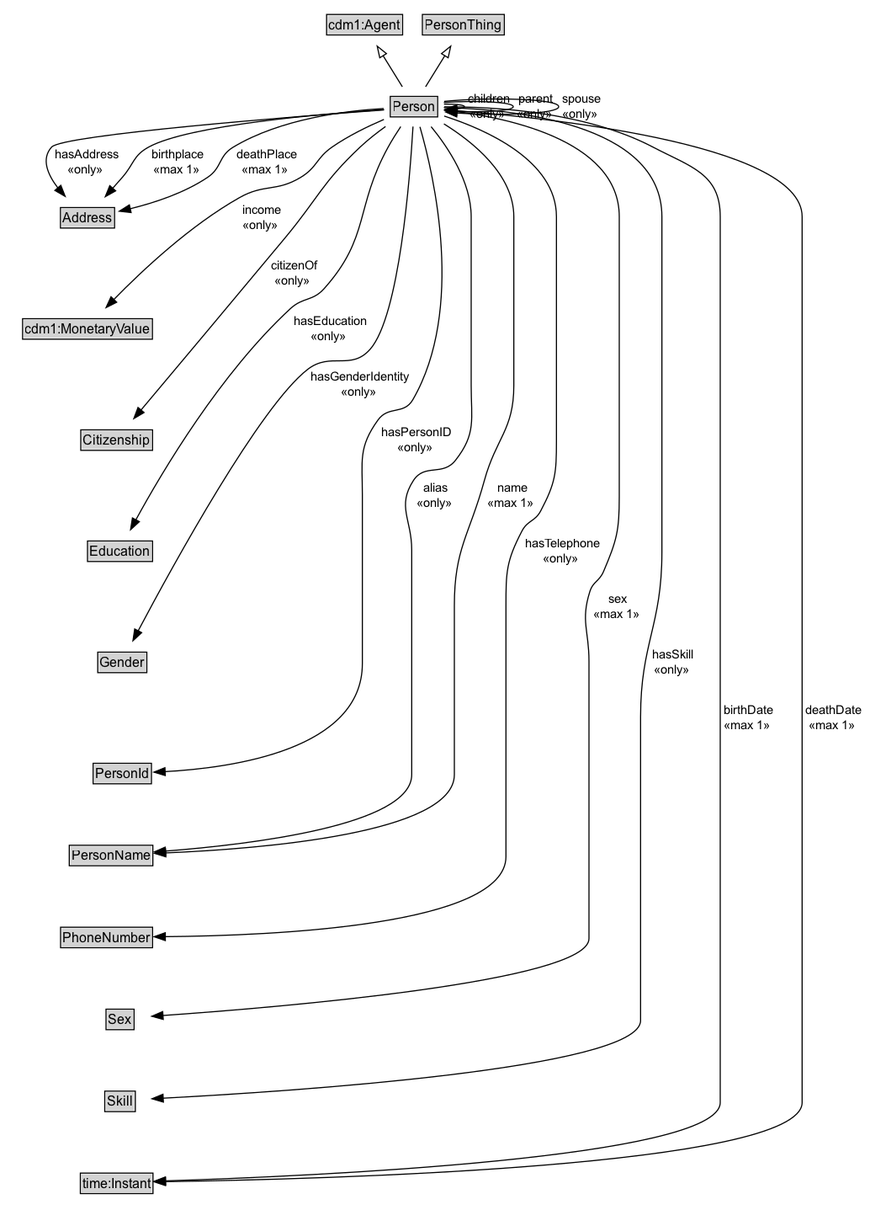
Earlier version of the Graphviz export docs/diagrams/Person.dot.png (ISO-TC204/ontology-cdm-p2-v1). Its source is kept beside it as docs/diagrams/Person.dot. Its diagram source:
```dot
digraph {
	graph [overlap=false rankdir=TB splines=true]
	node [fontname=Arial fontsize=12 margin=0 shape=none]
	edge [fontname=Arial fontsize=11]
	{
		rank=max
		Person [label=<<TABLE BORDER="1" CELLBORDER="0" CELLSPACING="0" CELLPADDING="1"><TR><TD BGCOLOR="lightgray" ALIGN="CENTER" PORT="e">Person</TD></TR><HR/><TR><TD ALIGN="LEFT">«only» hasEmail: EmailAddress</TD></TR></TABLE>> URL="../Person.md" margin=0]
	}
	subgraph cluster_associated {
		label="" style=invis
		Invis [label=<<TABLE BORDER="0" CELLBORDER="0" CELLSPACING="0" CELLPADDING="1"><TR><TD></TD></TR></TABLE>> margin=0 style=invis]
		Address [label=<<TABLE BORDER="1" CELLBORDER="0" CELLSPACING="0" CELLPADDING="1"><TR><TD BGCOLOR="lightgray" ALIGN="CENTER">Address</TD></TR></TABLE>> URL="../Address.md" margin=0]
		cdm1_MonetaryValue [label=<<TABLE BORDER="1" CELLBORDER="0" CELLSPACING="0" CELLPADDING="1"><TR><TD BGCOLOR="lightgray" ALIGN="CENTER">cdm1:MonetaryValue</TD></TR></TABLE>> margin=0]
		Citizenship [label=<<TABLE BORDER="1" CELLBORDER="0" CELLSPACING="0" CELLPADDING="1"><TR><TD BGCOLOR="lightgray" ALIGN="CENTER">Citizenship</TD></TR></TABLE>> URL="../Citizenship.md" margin=0]
		Education [label=<<TABLE BORDER="1" CELLBORDER="0" CELLSPACING="0" CELLPADDING="1"><TR><TD BGCOLOR="lightgray" ALIGN="CENTER">Education</TD></TR></TABLE>> URL="../Education.md" margin=0]
		Gender [label=<<TABLE BORDER="1" CELLBORDER="0" CELLSPACING="0" CELLPADDING="1"><TR><TD BGCOLOR="lightgray" ALIGN="CENTER">Gender</TD></TR></TABLE>> URL="../Gender.md" margin=0]
		PersonId [label=<<TABLE BORDER="1" CELLBORDER="0" CELLSPACING="0" CELLPADDING="1"><TR><TD BGCOLOR="lightgray" ALIGN="CENTER">PersonId</TD></TR></TABLE>> URL="../PersonId.md" margin=0]
		PersonName [label=<<TABLE BORDER="1" CELLBORDER="0" CELLSPACING="0" CELLPADDING="1"><TR><TD BGCOLOR="lightgray" ALIGN="CENTER">PersonName</TD></TR></TABLE>> URL="../PersonName.md" margin=0]
		PhoneNumber [label=<<TABLE BORDER="1" CELLBORDER="0" CELLSPACING="0" CELLPADDING="1"><TR><TD BGCOLOR="lightgray" ALIGN="CENTER">PhoneNumber</TD></TR></TABLE>> URL="../PhoneNumber.md" margin=0]
		Sex [label=<<TABLE BORDER="1" CELLBORDER="0" CELLSPACING="0" CELLPADDING="1"><TR><TD BGCOLOR="lightgray" ALIGN="CENTER">Sex</TD></TR></TABLE>> URL="../Sex.md" margin=0]
		Skill [label=<<TABLE BORDER="1" CELLBORDER="0" CELLSPACING="0" CELLPADDING="1"><TR><TD BGCOLOR="lightgray" ALIGN="CENTER">Skill</TD></TR></TABLE>> URL="../Skill.md" margin=0]
		time_Instant [label=<<TABLE BORDER="1" CELLBORDER="0" CELLSPACING="0" CELLPADDING="1"><TR><TD BGCOLOR="lightgray" ALIGN="CENTER">time:Instant</TD></TR></TABLE>> margin=0]
	}
	cdm1_Agent [label=<<TABLE BORDER="1" CELLBORDER="0" CELLSPACING="0" CELLPADDING="1"><TR><TD BGCOLOR="lightgray" ALIGN="CENTER">cdm1:Agent</TD></TR></TABLE>> margin=0]
	Person -> cdm1_Agent [arrowhead=onormal style=solid]
	PersonThing [label=<<TABLE BORDER="1" CELLBORDER="0" CELLSPACING="0" CELLPADDING="1"><TR><TD BGCOLOR="lightgray" ALIGN="CENTER">PersonThing</TD></TR></TABLE>> URL="../PersonThing.md" margin=0]
	Person -> PersonThing [arrowhead=onormal style=solid]
	Person -> Invis [style=invis]
	Invis -> Address [style=invis]
	Address -> cdm1_MonetaryValue [style=invis]
	cdm1_MonetaryValue -> Citizenship [style=invis]
	Citizenship -> Education [style=invis]
	Education -> Gender [style=invis]
	Gender -> PersonId [style=invis]
	PersonId -> PersonName [style=invis]
	PersonName -> PhoneNumber [style=invis]
	PhoneNumber -> Sex [style=invis]
	Sex -> Skill [style=invis]
	Skill -> time_Instant [style=invis]
	Person -> Address [label=" hasAddress
 «only»  " arrowhead=normal style=solid]
	Person -> PhoneNumber [label=" hasTelephone
 «only»  " arrowhead=normal style=solid]
	Person -> PersonName [label=" alias
 «only»  " arrowhead=normal style=solid]
	Person [label=<<TABLE BORDER="1" CELLBORDER="0" CELLSPACING="0" CELLPADDING="1"><TR><TD BGCOLOR="lightgray" ALIGN="CENTER">Person</TD></TR></TABLE>> URL="../Person.md" margin=0]
	Person -> Person [label=" children
 «only»  " arrowhead=normal style=solid]
	Person -> Citizenship [label=" citizenOf
 «only»  " arrowhead=normal style=solid]
	Person -> Education [label=" hasEducation
 «only»  " arrowhead=normal style=solid]
	Person -> Gender [label=" hasGenderIdentity
 «only»  " arrowhead=normal style=solid]
	Person -> PersonId [label=" hasPersonID
 «only»  " arrowhead=normal style=solid]
	Person -> Skill [label=" hasSkill
 «only»  " arrowhead=normal style=solid]
	Person -> cdm1_MonetaryValue [label=" income
 «only»  " arrowhead=normal style=solid]
	Person -> Person [label=" parent
 «only»  " arrowhead=normal style=solid]
	Person -> Person [label=" spouse
 «only»  " arrowhead=normal style=solid]
	Person -> time_Instant [label=" birthDate
 «max 1»  " arrowhead=normal style=solid]
	Person -> Address [label=" birthplace
 «max 1»  " arrowhead=normal style=solid]
	Person -> time_Instant [label=" deathDate
 «max 1»  " arrowhead=normal style=solid]
	Person -> Address [label=" deathPlace
 «max 1»  " arrowhead=normal style=solid]
	Person -> PersonName [label=" name
 «max 1»  " arrowhead=normal style=solid]
	Person -> Sex [label=" sex
 «max 1»  " arrowhead=normal style=solid]
}
```
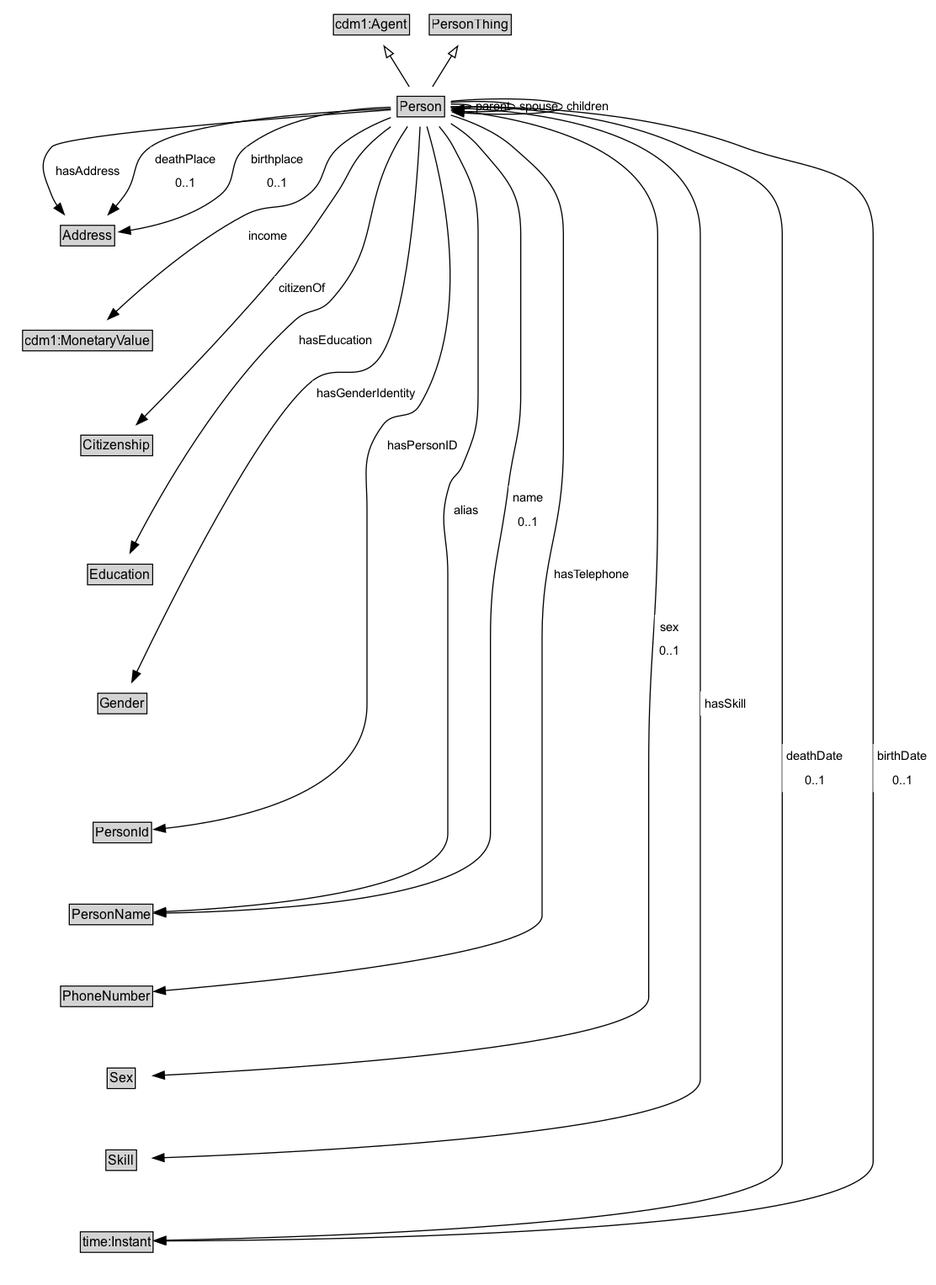
The same file after the commit.

Diff of the diagram source:
```diff
@@ -3,27 +3,30 @@
 	node [fontname=Arial fontsize=12 margin=0 shape=none]
 	edge [fontname=Arial fontsize=11]
 	{
+		rank=source
+		cdm1_Agent [label=<<TABLE BORDER="1" CELLBORDER="0" CELLSPACING="0" CELLPADDING="1"><TR><TD BGCOLOR="lightgray" ALIGN="CENTER">cdm1:Agent</TD></TR></TABLE>> URL="https://w3id.org/citydata/part1/v1/Agent" margin=0]
+		PersonThing [label=<<TABLE BORDER="1" CELLBORDER="0" CELLSPACING="0" CELLPADDING="1"><TR><TD BGCOLOR="lightgray" ALIGN="CENTER">PersonThing</TD></TR></TABLE>> URL="../PersonThing" margin=0]
+	}
+	Person [label=<<TABLE BORDER="1" CELLBORDER="0" CELLSPACING="0" CELLPADDING="1"><TR><TD BGCOLOR="lightgray" ALIGN="CENTER">Person</TD></TR><TR><TD ALIGN="LEFT">hasEmail : EmailAddress</TD></TR></TABLE>> URL="../Person" margin=0]
+	{
 		rank=max
-		Person [label=<<TABLE BORDER="1" CELLBORDER="0" CELLSPACING="0" CELLPADDING="1"><TR><TD BGCOLOR="lightgray" ALIGN="CENTER" PORT="e">Person</TD></TR><HR/><TR><TD ALIGN="LEFT">«only» hasEmail: EmailAddress</TD></TR></TABLE>> URL="../Person.md" margin=0]
 	}
 	subgraph cluster_associated {
 		label="" style=invis
 		Invis [label=<<TABLE BORDER="0" CELLBORDER="0" CELLSPACING="0" CELLPADDING="1"><TR><TD></TD></TR></TABLE>> margin=0 style=invis]
-		Address [label=<<TABLE BORDER="1" CELLBORDER="0" CELLSPACING="0" CELLPADDING="1"><TR><TD BGCOLOR="lightgray" ALIGN="CENTER">Address</TD></TR></TABLE>> URL="../Address.md" margin=0]
-		cdm1_MonetaryValue [label=<<TABLE BORDER="1" CELLBORDER="0" CELLSPACING="0" CELLPADDING="1"><TR><TD BGCOLOR="lightgray" ALIGN="CENTER">cdm1:MonetaryValue</TD></TR></TABLE>> margin=0]
-		Citizenship [label=<<TABLE BORDER="1" CELLBORDER="0" CELLSPACING="0" CELLPADDING="1"><TR><TD BGCOLOR="lightgray" ALIGN="CENTER">Citizenship</TD></TR></TABLE>> URL="../Citizenship.md" margin=0]
-		Education [label=<<TABLE BORDER="1" CELLBORDER="0" CELLSPACING="0" CELLPADDING="1"><TR><TD BGCOLOR="lightgray" ALIGN="CENTER">Education</TD></TR></TABLE>> URL="../Education.md" margin=0]
-		Gender [label=<<TABLE BORDER="1" CELLBORDER="0" CELLSPACING="0" CELLPADDING="1"><TR><TD BGCOLOR="lightgray" ALIGN="CENTER">Gender</TD></TR></TABLE>> URL="../Gender.md" margin=0]
-		PersonId [label=<<TABLE BORDER="1" CELLBORDER="0" CELLSPACING="0" CELLPADDING="1"><TR><TD BGCOLOR="lightgray" ALIGN="CENTER">PersonId</TD></TR></TABLE>> URL="../PersonId.md" margin=0]
-		PersonName [label=<<TABLE BORDER="1" CELLBORDER="0" CELLSPACING="0" CELLPADDING="1"><TR><TD BGCOLOR="lightgray" ALIGN="CENTER">PersonName</TD></TR></TABLE>> URL="../PersonName.md" margin=0]
-		PhoneNumber [label=<<TABLE BORDER="1" CELLBORDER="0" CELLSPACING="0" CELLPADDING="1"><TR><TD BGCOLOR="lightgray" ALIGN="CENTER">PhoneNumber</TD></TR></TABLE>> URL="../PhoneNumber.md" margin=0]
-		Sex [label=<<TABLE BORDER="1" CELLBORDER="0" CELLSPACING="0" CELLPADDING="1"><TR><TD BGCOLOR="lightgray" ALIGN="CENTER">Sex</TD></TR></TABLE>> URL="../Sex.md" margin=0]
-		Skill [label=<<TABLE BORDER="1" CELLBORDER="0" CELLSPACING="0" CELLPADDING="1"><TR><TD BGCOLOR="lightgray" ALIGN="CENTER">Skill</TD></TR></TABLE>> URL="../Skill.md" margin=0]
-		time_Instant [label=<<TABLE BORDER="1" CELLBORDER="0" CELLSPACING="0" CELLPADDING="1"><TR><TD BGCOLOR="lightgray" ALIGN="CENTER">time:Instant</TD></TR></TABLE>> margin=0]
+		Address [label=<<TABLE BORDER="1" CELLBORDER="0" CELLSPACING="0" CELLPADDING="1"><TR><TD BGCOLOR="lightgray" ALIGN="CENTER">Address</TD></TR></TABLE>> URL="../Address" margin=0]
+		cdm1_MonetaryValue [label=<<TABLE BORDER="1" CELLBORDER="0" CELLSPACING="0" CELLPADDING="1"><TR><TD BGCOLOR="lightgray" ALIGN="CENTER">cdm1:MonetaryValue</TD></TR></TABLE>> URL="https://w3id.org/citydata/part1/v1/MonetaryValue" margin=0]
+		Citizenship [label=<<TABLE BORDER="1" CELLBORDER="0" CELLSPACING="0" CELLPADDING="1"><TR><TD BGCOLOR="lightgray" ALIGN="CENTER">Citizenship</TD></TR></TABLE>> URL="../Citizenship" margin=0]
+		Education [label=<<TABLE BORDER="1" CELLBORDER="0" CELLSPACING="0" CELLPADDING="1"><TR><TD BGCOLOR="lightgray" ALIGN="CENTER">Education</TD></TR></TABLE>> URL="../Education" margin=0]
+		Gender [label=<<TABLE BORDER="1" CELLBORDER="0" CELLSPACING="0" CELLPADDING="1"><TR><TD BGCOLOR="lightgray" ALIGN="CENTER">Gender</TD></TR></TABLE>> URL="../Gender" margin=0]
+		PersonId [label=<<TABLE BORDER="1" CELLBORDER="0" CELLSPACING="0" CELLPADDING="1"><TR><TD BGCOLOR="lightgray" ALIGN="CENTER">PersonId</TD></TR></TABLE>> URL="../PersonId" margin=0]
+		PersonName [label=<<TABLE BORDER="1" CELLBORDER="0" CELLSPACING="0" CELLPADDING="1"><TR><TD BGCOLOR="lightgray" ALIGN="CENTER">PersonName</TD></TR></TABLE>> URL="../PersonName" margin=0]
+		PhoneNumber [label=<<TABLE BORDER="1" CELLBORDER="0" CELLSPACING="0" CELLPADDING="1"><TR><TD BGCOLOR="lightgray" ALIGN="CENTER">PhoneNumber</TD></TR></TABLE>> URL="../PhoneNumber" margin=0]
+		Sex [label=<<TABLE BORDER="1" CELLBORDER="0" CELLSPACING="0" CELLPADDING="1"><TR><TD BGCOLOR="lightgray" ALIGN="CENTER">Sex</TD></TR></TABLE>> URL="../Sex" margin=0]
+		Skill [label=<<TABLE BORDER="1" CELLBORDER="0" CELLSPACING="0" CELLPADDING="1"><TR><TD BGCOLOR="lightgray" ALIGN="CENTER">Skill</TD></TR></TABLE>> URL="../Skill" margin=0]
+		time_Instant [label=<<TABLE BORDER="1" CELLBORDER="0" CELLSPACING="0" CELLPADDING="1"><TR><TD BGCOLOR="lightgray" ALIGN="CENTER">time:Instant</TD></TR></TABLE>> URL="https://w3id.org/citydata/imported/time/latest/Instant" margin=0]
 	}
-	cdm1_Agent [label=<<TABLE BORDER="1" CELLBORDER="0" CELLSPACING="0" CELLPADDING="1"><TR><TD BGCOLOR="lightgray" ALIGN="CENTER">cdm1:Agent</TD></TR></TABLE>> margin=0]
 	Person -> cdm1_Agent [arrowhead=onormal style=solid]
-	PersonThing [label=<<TABLE BORDER="1" CELLBORDER="0" CELLSPACING="0" CELLPADDING="1"><TR><TD BGCOLOR="lightgray" ALIGN="CENTER">PersonThing</TD></TR></TABLE>> URL="../PersonThing.md" margin=0]
 	Person -> PersonThing [arrowhead=onormal style=solid]
 	Person -> Invis [style=invis]
 	Invis -> Address [style=invis]
@@ -37,41 +40,34 @@
 	PhoneNumber -> Sex [style=invis]
 	Sex -> Skill [style=invis]
 	Skill -> time_Instant [style=invis]
-	Person -> Address [label=" hasAddress
- «only»  " arrowhead=normal style=solid]
-	Person -> PhoneNumber [label=" hasTelephone
- «only»  " arrowhead=normal style=solid]
-	Person -> PersonName [label=" alias
- «only»  " arrowhead=normal style=solid]
-	Person [label=<<TABLE BORDER="1" CELLBORDER="0" CELLSPACING="0" CELLPADDING="1"><TR><TD BGCOLOR="lightgray" ALIGN="CENTER">Person</TD></TR></TABLE>> URL="../Person.md" margin=0]
-	Person -> Person [label=" children
- «only»  " arrowhead=normal style=solid]
-	Person -> Citizenship [label=" citizenOf
- «only»  " arrowhead=normal style=solid]
-	Person -> Education [label=" hasEducation
- «only»  " arrowhead=normal style=solid]
-	Person -> Gender [label=" hasGenderIdentity
- «only»  " arrowhead=normal style=solid]
-	Person -> PersonId [label=" hasPersonID
- «only»  " arrowhead=normal style=solid]
-	Person -> Skill [label=" hasSkill
- «only»  " arrowhead=normal style=solid]
-	Person -> cdm1_MonetaryValue [label=" income
- «only»  " arrowhead=normal style=solid]
-	Person -> Person [label=" parent
- «only»  " arrowhead=normal style=solid]
-	Person -> Person [label=" spouse
- «only»  " arrowhead=normal style=solid]
-	Person -> time_Instant [label=" birthDate
- «max 1»  " arrowhead=normal style=solid]
-	Person -> Address [label=" birthplace
- «max 1»  " arrowhead=normal style=solid]
-	Person -> time_Instant [label=" deathDate
- «max 1»  " arrowhead=normal style=solid]
-	Person -> Address [label=" deathPlace
- «max 1»  " arrowhead=normal style=solid]
-	Person -> PersonName [label=" name
- «max 1»  " arrowhead=normal style=solid]
-	Person -> Sex [label=" sex
- «max 1»  " arrowhead=normal style=solid]
+	PersonName [label=<<TABLE BORDER="1" CELLBORDER="0" CELLSPACING="0" CELLPADDING="1"><TR><TD BGCOLOR="lightgray" ALIGN="CENTER">PersonName</TD></TR></TABLE>> URL="../PersonName" margin=0]
+	Person -> PersonName [label=<<TABLE BORDER="0" CELLBORDER="0" CELLSPACING="0" CELLPADDING="4" BGCOLOR="white"><TR><TD ALIGN="CENTER">alias</TD></TR></TABLE>> arrowhead=normal style=solid]
+	Address [label=<<TABLE BORDER="1" CELLBORDER="0" CELLSPACING="0" CELLPADDING="1"><TR><TD BGCOLOR="lightgray" ALIGN="CENTER">Address</TD></TR></TABLE>> URL="../Address" margin=0]
+	Person -> Address [label=<<TABLE BORDER="0" CELLBORDER="0" CELLSPACING="0" CELLPADDING="4" BGCOLOR="white"><TR><TD ALIGN="CENTER">hasAddress</TD></TR></TABLE>> arrowhead=normal style=solid]
+	Skill [label=<<TABLE BORDER="1" CELLBORDER="0" CELLSPACING="0" CELLPADDING="1"><TR><TD BGCOLOR="lightgray" ALIGN="CENTER">Skill</TD></TR></TABLE>> URL="../Skill" margin=0]
+	Person -> Skill [label=<<TABLE BORDER="0" CELLBORDER="0" CELLSPACING="0" CELLPADDING="4" BGCOLOR="white"><TR><TD ALIGN="CENTER">hasSkill</TD></TR></TABLE>> arrowhead=normal style=solid]
+	PhoneNumber [label=<<TABLE BORDER="1" CELLBORDER="0" CELLSPACING="0" CELLPADDING="1"><TR><TD BGCOLOR="lightgray" ALIGN="CENTER">PhoneNumber</TD></TR></TABLE>> URL="../PhoneNumber" margin=0]
+	Person -> PhoneNumber [label=<<TABLE BORDER="0" CELLBORDER="0" CELLSPACING="0" CELLPADDING="4" BGCOLOR="white"><TR><TD ALIGN="CENTER">hasTelephone</TD></TR></TABLE>> arrowhead=normal style=solid]
+	Person -> PersonName [label=<<TABLE BORDER="0" CELLBORDER="0" CELLSPACING="0" CELLPADDING="4" BGCOLOR="white"><TR><TD ALIGN="CENTER">name</TD></TR><TR><TD ALIGN="CENTER">0..1</TD></TR></TABLE>> arrowhead=normal style=solid]
+	time_Instant [label=<<TABLE BORDER="1" CELLBORDER="0" CELLSPACING="0" CELLPADDING="1"><TR><TD BGCOLOR="lightgray" ALIGN="CENTER">time:Instant</TD></TR></TABLE>> URL="https://w3id.org/citydata/imported/time/latest/Instant" margin=0]
+	Person -> time_Instant [label=<<TABLE BORDER="0" CELLBORDER="0" CELLSPACING="0" CELLPADDING="4" BGCOLOR="white"><TR><TD ALIGN="CENTER">deathDate</TD></TR><TR><TD ALIGN="CENTER">0..1</TD></TR></TABLE>> arrowhead=normal style=solid]
+	Gender [label=<<TABLE BORDER="1" CELLBORDER="0" CELLSPACING="0" CELLPADDING="1"><TR><TD BGCOLOR="lightgray" ALIGN="CENTER">Gender</TD></TR></TABLE>> URL="../Gender" margin=0]
+	Person -> Gender [label=<<TABLE BORDER="0" CELLBORDER="0" CELLSPACING="0" CELLPADDING="4" BGCOLOR="white"><TR><TD ALIGN="CENTER">hasGenderIdentity</TD></TR></TABLE>> arrowhead=normal style=solid]
+	cdm1_MonetaryValue [label=<<TABLE BORDER="1" CELLBORDER="0" CELLSPACING="0" CELLPADDING="1"><TR><TD BGCOLOR="lightgray" ALIGN="CENTER">cdm1:MonetaryValue</TD></TR></TABLE>> URL="https://w3id.org/citydata/part1/v1/MonetaryValue" margin=0]
+	Person -> cdm1_MonetaryValue [label=<<TABLE BORDER="0" CELLBORDER="0" CELLSPACING="0" CELLPADDING="4" BGCOLOR="white"><TR><TD ALIGN="CENTER">income</TD></TR></TABLE>> arrowhead=normal style=solid]
+	Education [label=<<TABLE BORDER="1" CELLBORDER="0" CELLSPACING="0" CELLPADDING="1"><TR><TD BGCOLOR="lightgray" ALIGN="CENTER">Education</TD></TR></TABLE>> URL="../Education" margin=0]
+	Person -> Education [label=<<TABLE BORDER="0" CELLBORDER="0" CELLSPACING="0" CELLPADDING="4" BGCOLOR="white"><TR><TD ALIGN="CENTER">hasEducation</TD></TR></TABLE>> arrowhead=normal style=solid]
+	Sex [label=<<TABLE BORDER="1" CELLBORDER="0" CELLSPACING="0" CELLPADDING="1"><TR><TD BGCOLOR="lightgray" ALIGN="CENTER">Sex</TD></TR></TABLE>> URL="../Sex" margin=0]
+	Person -> Sex [label=<<TABLE BORDER="0" CELLBORDER="0" CELLSPACING="0" CELLPADDING="4" BGCOLOR="white"><TR><TD ALIGN="CENTER">sex</TD></TR><TR><TD ALIGN="CENTER">0..1</TD></TR></TABLE>> arrowhead=normal style=solid]
+	Person -> Address [label=<<TABLE BORDER="0" CELLBORDER="0" CELLSPACING="0" CELLPADDING="4" BGCOLOR="white"><TR><TD ALIGN="CENTER">deathPlace</TD></TR><TR><TD ALIGN="CENTER">0..1</TD></TR></TABLE>> arrowhead=normal style=solid]
+	PersonId [label=<<TABLE BORDER="1" CELLBORDER="0" CELLSPACING="0" CELLPADDING="1"><TR><TD BGCOLOR="lightgray" ALIGN="CENTER">PersonId</TD></TR></TABLE>> URL="../PersonId" margin=0]
+	Person -> PersonId [label=<<TABLE BORDER="0" CELLBORDER="0" CELLSPACING="0" CELLPADDING="4" BGCOLOR="white"><TR><TD ALIGN="CENTER">hasPersonID</TD></TR></TABLE>> arrowhead=normal style=solid]
+	Person -> time_Instant [label=<<TABLE BORDER="0" CELLBORDER="0" CELLSPACING="0" CELLPADDING="4" BGCOLOR="white"><TR><TD ALIGN="CENTER">birthDate</TD></TR><TR><TD ALIGN="CENTER">0..1</TD></TR></TABLE>> arrowhead=normal style=solid]
+	Person [label=<<TABLE BORDER="1" CELLBORDER="0" CELLSPACING="0" CELLPADDING="1"><TR><TD BGCOLOR="lightgray" ALIGN="CENTER">Person</TD></TR></TABLE>> URL="../Person" margin=0]
+	Person -> Person [label=<<TABLE BORDER="0" CELLBORDER="0" CELLSPACING="0" CELLPADDING="4" BGCOLOR="white"><TR><TD ALIGN="CENTER">parent</TD></TR></TABLE>> arrowhead=normal style=solid]
+	Person -> Address [label=<<TABLE BORDER="0" CELLBORDER="0" CELLSPACING="0" CELLPADDING="4" BGCOLOR="white"><TR><TD ALIGN="CENTER">birthplace</TD></TR><TR><TD ALIGN="CENTER">0..1</TD></TR></TABLE>> arrowhead=normal style=solid]
+	Person -> Person [label=<<TABLE BORDER="0" CELLBORDER="0" CELLSPACING="0" CELLPADDING="4" BGCOLOR="white"><TR><TD ALIGN="CENTER">spouse</TD></TR></TABLE>> arrowhead=normal style=solid]
+	Citizenship [label=<<TABLE BORDER="1" CELLBORDER="0" CELLSPACING="0" CELLPADDING="1"><TR><TD BGCOLOR="lightgray" ALIGN="CENTER">Citizenship</TD></TR></TABLE>> URL="../Citizenship" margin=0]
+	Person -> Citizenship [label=<<TABLE BORDER="0" CELLBORDER="0" CELLSPACING="0" CELLPADDING="4" BGCOLOR="white"><TR><TD ALIGN="CENTER">citizenOf</TD></TR></TABLE>> arrowhead=normal style=solid]
+	Person -> Person [label=<<TABLE BORDER="0" CELLBORDER="0" CELLSPACING="0" CELLPADDING="4" BGCOLOR="white"><TR><TD ALIGN="CENTER">children</TD></TR></TABLE>> arrowhead=normal style=solid]
 }
```
